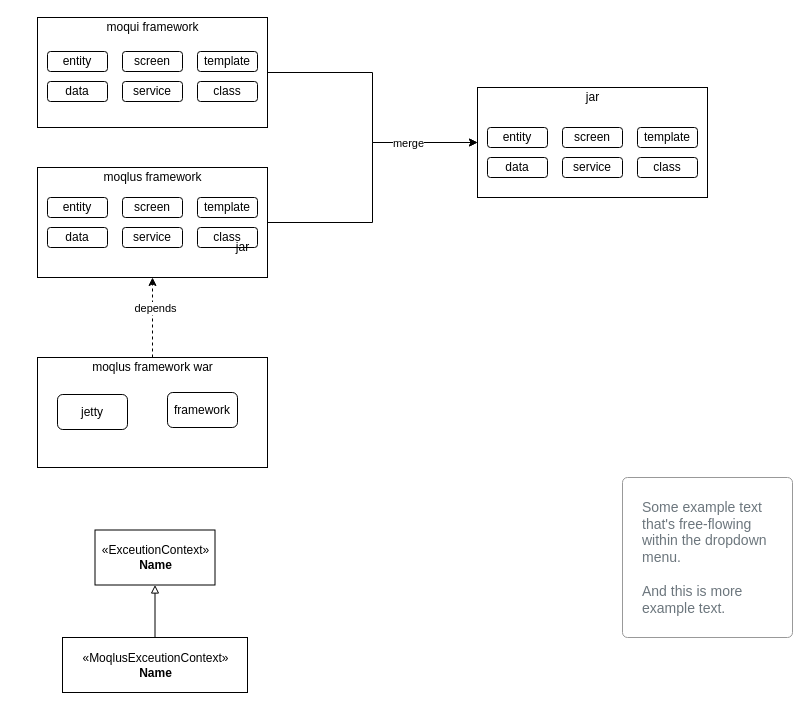
Above: yunify/moqlus-dev-new.drawio in jiangliuhong/drawdb (draw.io), before the change. Source tidied: cells renumbered, new cells numbered last; positions are measured from the earlier drawing's top-left corner, leaving out a move shared by most shapes. Both pictures are drawn from the tidied source at 100%, with x=0, y=0 at pixel (37, 17).
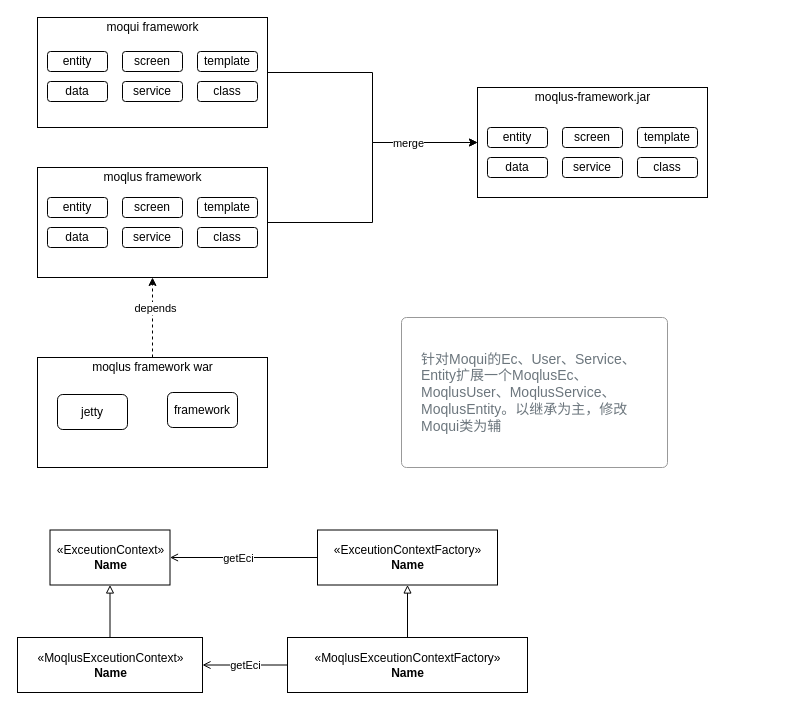
Above is the later version.

Diff of the diagram source:
```diff
@@
-    <mxCell id="22" value="jar" style="text;html=1;align=center;verticalAlign=middle;strokeColor=none;" parent="1" vertex="1">
-      <mxGeometry x="540" y="70" width="30" height="20" as="geometry" />
+    <mxCell id="22" value="moqlus-framework.jar" style="text;html=1;align=center;verticalAlign=middle;strokeColor=none;" parent="1" vertex="1">
+      <mxGeometry x="490" y="70" width="130" height="20" as="geometry" />
     </mxCell>
@@
-    <mxCell id="35" value="jar" style="text;html=1;align=center;verticalAlign=middle;strokeColor=none;" parent="1" vertex="1">
-      <mxGeometry x="190" y="220" width="30" height="20" as="geometry" />
-    </mxCell>
-    <mxCell id="36" value="Some example text that's free-flowing within the dropdown menu.&lt;br style=&quot;font-size: 14px&quot;&gt;&lt;br style=&quot;font-size: 14px&quot;&gt;And this is more example text." style="html=1;shadow=0;dashed=0;shape=mxgraph.bootstrap.rrect;rSize=5;strokeColor=#999999;strokeWidth=1;fillColor=#FFFFFF;fontColor=#6C767D;whiteSpace=wrap;align=left;verticalAlign=middle;spacingLeft=10;fontSize=14;spacing=10;" parent="1" vertex="1">
-      <mxGeometry x="585" y="460" width="170" height="160" as="geometry" />
+    <mxCell id="36" value="针对Moqui的Ec、User、Service、Entity扩展一个MoqlusEc、MoqlusUser、MoqlusService、MoqlusEntity。以继承为主，修改Moqui类为辅" style="html=1;shadow=0;dashed=0;shape=mxgraph.bootstrap.rrect;rSize=5;strokeColor=#999999;strokeWidth=1;fillColor=#FFFFFF;fontColor=#6C767D;whiteSpace=wrap;align=left;verticalAlign=middle;spacingLeft=10;fontSize=14;spacing=10;" parent="1" vertex="1">
+      <mxGeometry x="364" y="300" width="266" height="150" as="geometry" />
     </mxCell>
     <mxCell id="37" value="«ExceutionContext»&lt;br&gt;&lt;b&gt;Name&lt;/b&gt;" style="html=1;" parent="1" vertex="1">
-      <mxGeometry x="57.5" y="512.5" width="120" height="55" as="geometry" />
+      <mxGeometry x="12.5" y="512.5" width="120" height="55" as="geometry" />
     </mxCell>
@@
     <mxCell id="39" value="«MoqlusExceutionContext»&lt;br&gt;&lt;b&gt;Name&lt;/b&gt;" style="html=1;" parent="1" vertex="1">
-      <mxGeometry x="25" y="620" width="185" height="55" as="geometry" />
+      <mxGeometry x="-20" y="620" width="185" height="55" as="geometry" />
     </mxCell>
+    <mxCell id="40" style="edgeStyle=orthogonalEdgeStyle;rounded=0;jettySize=auto;html=1;exitX=0;exitY=0.5;exitDx=0;exitDy=0;startArrow=none;startFill=0;endArrow=open;endFill=0;" parent="1" edge="1" source="42" target="37">
+      <mxGeometry relative="1" as="geometry" />
+    </mxCell>
+    <mxCell id="41" value="getEci" style="edgeLabel;html=1;align=center;verticalAlign=middle;" parent="40" vertex="1">
+      <mxGeometry x="-0.2" y="-1" relative="1" as="geometry">
+        <mxPoint x="-21" y="1" as="offset" />
+      </mxGeometry>
+    </mxCell>
+    <mxCell id="42" value="«ExceutionContextFactory»&lt;br&gt;&lt;b&gt;Name&lt;/b&gt;" style="html=1;" parent="1" vertex="1">
+      <mxGeometry x="280" y="512.5" width="180" height="55" as="geometry" />
+    </mxCell>
+    <mxCell id="43" style="edgeStyle=orthogonalEdgeStyle;rounded=0;jettySize=auto;html=1;exitX=0.5;exitY=0;exitDx=0;exitDy=0;startArrow=none;startFill=0;endArrow=block;endFill=0;" parent="1" edge="1" source="45" target="42">
+      <mxGeometry relative="1" as="geometry" />
+    </mxCell>
+    <mxCell id="44" style="edgeStyle=orthogonalEdgeStyle;rounded=0;jettySize=auto;html=1;exitX=0;exitY=0.5;exitDx=0;exitDy=0;startArrow=none;startFill=0;endArrow=open;endFill=0;" parent="1" edge="1" source="45" target="39">
+      <mxGeometry relative="1" as="geometry" />
+    </mxCell>
+    <mxCell id="45" value="«MoqlusExceutionContextFactory»&lt;br&gt;&lt;b&gt;Name&lt;/b&gt;" style="html=1;" parent="1" vertex="1">
+      <mxGeometry x="250" y="620" width="240" height="55" as="geometry" />
+    </mxCell>
+    <mxCell id="46" value="getEci" style="edgeLabel;html=1;align=center;verticalAlign=middle;" parent="1" vertex="1">
+      <mxGeometry x="220" y="590" as="geometry">
+        <mxPoint x="-13" y="57" as="offset" />
+      </mxGeometry>
+    </mxCell>
```
